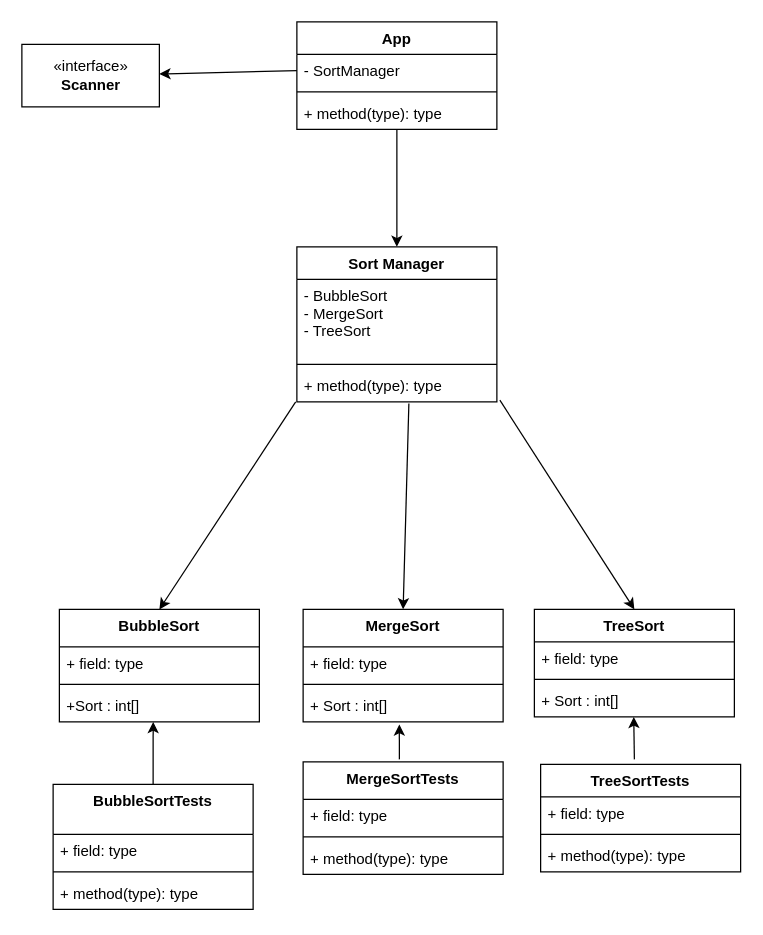
Earlier version of the draw.io diagram Sort_Manager_UML.drawio (TSpartons/Sort-Manager). Source tidied: cells renumbered, new cells numbered last; positions are measured from the earlier drawing's top-left corner, leaving out a move shared by most shapes. Both pictures are drawn from the tidied source at 125%, with x=0, y=0 at pixel (21, 21).
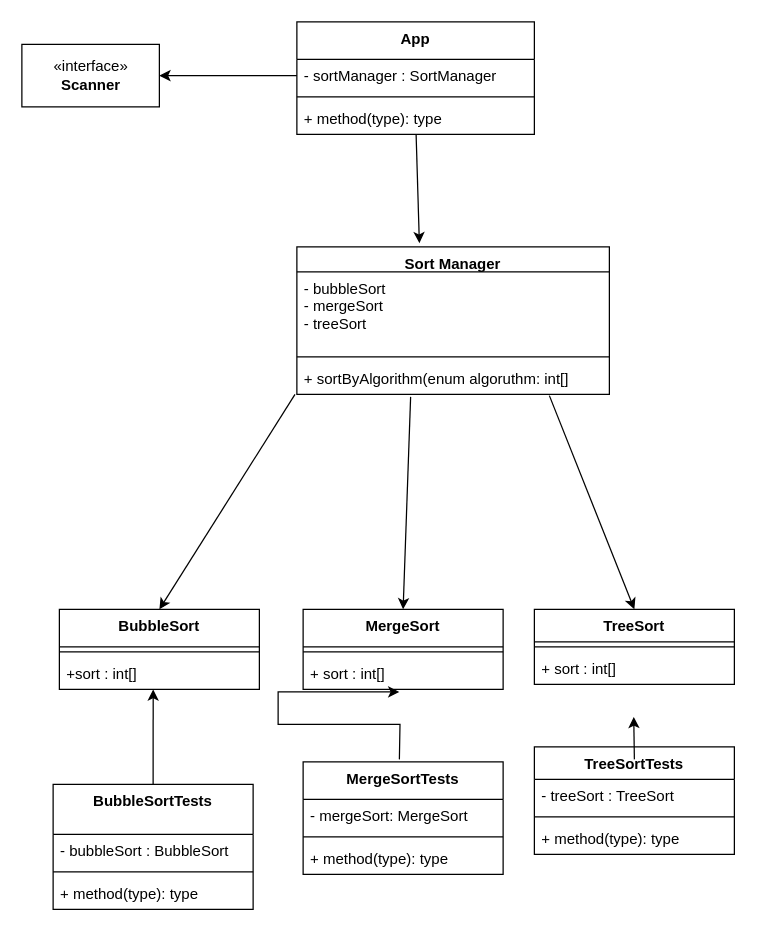
Above is the later version.

Unchanged cells that the change refers to:
```xml
<mxCell id="20" value="BubbleSortTests" style="swimlane;fontStyle=1;align=center;verticalAlign=top;horizontal=1;startSize=40;" parent="1" vertex="1">
  <mxGeometry x="25" y="610" width="160" height="100" as="geometry" />
</mxCell>
<mxCell id="24" value="MergeSortTests" style="swimlane;fontStyle=1;align=center;verticalAlign=top;horizontal=1;startSize=30;" parent="1" vertex="1">
  <mxGeometry x="225" y="592" width="160" height="90" as="geometry" />
</mxCell>
```

Diff of the diagram source:
```diff
@@
-    <mxCell id="3" style="endArrow=classic;html=1;rounded=0;entryX=0.5;entryY=0;entryDx=0;entryDy=0;exitX=1.015;exitY=0.949;exitDx=0;exitDy=0;exitPerimeter=0;" parent="1" edge="1" source="37" target="15">
+    <mxCell id="3" style="endArrow=classic;html=1;rounded=0;entryX=0.5;entryY=0;entryDx=0;entryDy=0;exitX=0.808;exitY=1.038;exitDx=0;exitDy=0;exitPerimeter=0;" parent="1" edge="1" source="37" target="15">
       <mxGeometry relative="1" as="geometry" />
     </mxCell>
-    <mxCell id="4" style="endArrow=classic;html=1;rounded=0;exitX=0.56;exitY=1.051;exitDx=0;exitDy=0;exitPerimeter=0;entryX=0.5;entryY=0;entryDx=0;entryDy=0;" parent="1" edge="1" source="37" target="11">
+    <mxCell id="4" style="endArrow=classic;html=1;rounded=0;exitX=0.364;exitY=1.077;exitDx=0;exitDy=0;exitPerimeter=0;entryX=0.5;entryY=0;entryDx=0;entryDy=0;" parent="1" edge="1" source="37" target="11">
       <mxGeometry relative="1" as="geometry" />
     </mxCell>
@@
     <mxCell id="7" value="BubbleSort" style="swimlane;fontStyle=1;align=center;verticalAlign=top;horizontal=1;startSize=30;" parent="1" vertex="1">
-      <mxGeometry x="30" y="470" width="160" height="90" as="geometry" />
+      <mxGeometry x="30" y="470" width="160" height="64" as="geometry" />
     </mxCell>
-    <mxCell id="8" value="+ field: type" style="text;strokeColor=none;fillColor=none;align=left;verticalAlign=top;spacingLeft=4;spacingRight=4;overflow=hidden;" parent="7" vertex="1">
-      <mxGeometry y="30" width="160" height="26" as="geometry" />
-    </mxCell>
     <mxCell id="9" style="line;strokeWidth=1;fillColor=none;align=left;verticalAlign=middle;spacingTop=-1;spacingLeft=3;spacingRight=3;labelPosition=right;" parent="7" vertex="1">
-      <mxGeometry y="56" width="160" height="8" as="geometry" />
+      <mxGeometry y="30" width="160" height="8" as="geometry" />
     </mxCell>
-    <mxCell id="10" value="+Sort : int[]" style="text;strokeColor=none;fillColor=none;align=left;verticalAlign=top;spacingLeft=4;spacingRight=4;overflow=hidden;points=[[0,0.5],[1,0.5]];portConstraint=eastwest;" parent="7" vertex="1">
-      <mxGeometry y="64" width="160" height="26" as="geometry" />
+    <mxCell id="10" value="+sort : int[]" style="text;strokeColor=none;fillColor=none;align=left;verticalAlign=top;spacingLeft=4;spacingRight=4;overflow=hidden;points=[[0,0.5],[1,0.5]];portConstraint=eastwest;" parent="7" vertex="1">
+      <mxGeometry y="38" width="160" height="26" as="geometry" />
     </mxCell>
     <mxCell id="11" value="MergeSort" style="swimlane;fontStyle=1;align=center;verticalAlign=top;horizontal=1;startSize=30;" parent="1" vertex="1">
-      <mxGeometry x="225" y="470" width="160" height="90" as="geometry" />
+      <mxGeometry x="225" y="470" width="160" height="64" as="geometry" />
     </mxCell>
-    <mxCell id="12" value="+ field: type" style="text;strokeColor=none;fillColor=none;align=left;verticalAlign=top;spacingLeft=4;spacingRight=4;overflow=hidden;" parent="11" vertex="1">
-      <mxGeometry y="30" width="160" height="26" as="geometry" />
-    </mxCell>
     <mxCell id="13" style="line;strokeWidth=1;fillColor=none;align=left;verticalAlign=middle;spacingTop=-1;spacingLeft=3;spacingRight=3;labelPosition=right;" parent="11" vertex="1">
-      <mxGeometry y="56" width="160" height="8" as="geometry" />
+      <mxGeometry y="30" width="160" height="8" as="geometry" />
     </mxCell>
-    <mxCell id="14" value="+ Sort : int[]" style="text;strokeColor=none;fillColor=none;align=left;verticalAlign=top;spacingLeft=4;spacingRight=4;overflow=hidden;points=[[0,0.5],[1,0.5]];portConstraint=eastwest;" parent="11" vertex="1">
-      <mxGeometry y="64" width="160" height="26" as="geometry" />
+    <mxCell id="14" value="+ sort : int[]" style="text;strokeColor=none;fillColor=none;align=left;verticalAlign=top;spacingLeft=4;spacingRight=4;overflow=hidden;points=[[0,0.5],[1,0.5]];portConstraint=eastwest;" parent="11" vertex="1">
+      <mxGeometry y="38" width="160" height="26" as="geometry" />
     </mxCell>
     <mxCell id="15" value="TreeSort" style="swimlane;fontStyle=1;align=center;verticalAlign=top;horizontal=1;startSize=26;" parent="1" vertex="1">
-      <mxGeometry x="410" y="470" width="160" height="86" as="geometry" />
+      <mxGeometry x="410" y="470" width="160" height="60" as="geometry" />
     </mxCell>
-    <mxCell id="16" value="+ field: type" style="text;strokeColor=none;fillColor=none;align=left;verticalAlign=top;spacingLeft=4;spacingRight=4;overflow=hidden;" parent="15" vertex="1">
-      <mxGeometry y="26" width="160" height="26" as="geometry" />
-    </mxCell>
     <mxCell id="17" style="line;strokeWidth=1;fillColor=none;align=left;verticalAlign=middle;spacingTop=-1;spacingLeft=3;spacingRight=3;labelPosition=right;" parent="15" vertex="1">
-      <mxGeometry y="52" width="160" height="8" as="geometry" />
+      <mxGeometry y="26" width="160" height="8" as="geometry" />
     </mxCell>
-    <mxCell id="18" value="+ Sort : int[]" style="text;strokeColor=none;fillColor=none;align=left;verticalAlign=top;spacingLeft=4;spacingRight=4;overflow=hidden;" parent="15" vertex="1">
-      <mxGeometry y="60" width="160" height="26" as="geometry" />
+    <mxCell id="18" value="+ sort : int[]" style="text;strokeColor=none;fillColor=none;align=left;verticalAlign=top;spacingLeft=4;spacingRight=4;overflow=hidden;" parent="15" vertex="1">
+      <mxGeometry y="34" width="160" height="26" as="geometry" />
     </mxCell>
@@
-    <mxCell id="21" value="+ field: type" style="text;strokeColor=none;fillColor=none;align=left;verticalAlign=top;spacingLeft=4;spacingRight=4;overflow=hidden;" parent="20" vertex="1">
+    <mxCell id="21" value="- bubbleSort : BubbleSort" style="text;strokeColor=none;fillColor=none;align=left;verticalAlign=top;spacingLeft=4;spacingRight=4;overflow=hidden;" parent="20" vertex="1">
       <mxGeometry y="40" width="160" height="26" as="geometry" />
     </mxCell>
@@
-    <mxCell id="25" value="+ field: type" style="text;strokeColor=none;fillColor=none;align=left;verticalAlign=top;spacingLeft=4;spacingRight=4;overflow=hidden;" parent="24" vertex="1">
+    <mxCell id="25" value="- mergeSort: MergeSort" style="text;strokeColor=none;fillColor=none;align=left;verticalAlign=top;spacingLeft=4;spacingRight=4;overflow=hidden;" parent="24" vertex="1">
       <mxGeometry y="30" width="160" height="26" as="geometry" />
     </mxCell>
@@
     <mxCell id="28" value="TreeSortTests" style="swimlane;fontStyle=1;align=center;verticalAlign=top;horizontal=1;startSize=26;" parent="1" vertex="1">
-      <mxGeometry x="415" y="594" width="160" height="86" as="geometry" />
+      <mxGeometry x="410" y="580" width="160" height="86" as="geometry" />
     </mxCell>
-    <mxCell id="29" value="+ field: type" style="text;strokeColor=none;fillColor=none;align=left;verticalAlign=top;spacingLeft=4;spacingRight=4;overflow=hidden;" parent="28" vertex="1">
+    <mxCell id="29" value="- treeSort : TreeSort" style="text;strokeColor=none;fillColor=none;align=left;verticalAlign=top;spacingLeft=4;spacingRight=4;overflow=hidden;" parent="28" vertex="1">
       <mxGeometry y="26" width="160" height="26" as="geometry" />
     </mxCell>
@@
-    <mxCell id="34" value="Sort Manager" style="swimlane;fontStyle=1;align=center;verticalAlign=top;horizontal=1;startSize=26;" parent="1" vertex="1">
-      <mxGeometry x="220" y="180" width="160" height="124" as="geometry" />
+    <mxCell id="34" value="Sort Manager" style="swimlane;fontStyle=1;align=center;verticalAlign=top;horizontal=1;startSize=20;" parent="1" vertex="1">
+      <mxGeometry x="220" y="180" width="250" height="118" as="geometry" />
     </mxCell>
-    <mxCell id="35" value="- BubbleSort&#10;- MergeSort&#10;- TreeSort" style="text;strokeColor=none;fillColor=none;align=left;verticalAlign=top;spacingLeft=4;spacingRight=4;overflow=hidden;" parent="34" vertex="1">
-      <mxGeometry y="26" width="160" height="64" as="geometry" />
+    <mxCell id="35" value="- bubbleSort&#10;- mergeSort&#10;- treeSort" style="text;strokeColor=none;fillColor=none;align=left;verticalAlign=top;spacingLeft=4;spacingRight=4;overflow=hidden;" parent="34" vertex="1">
+      <mxGeometry y="20" width="250" height="64" as="geometry" />
     </mxCell>
     <mxCell id="36" style="line;strokeWidth=1;fillColor=none;align=left;verticalAlign=middle;spacingTop=-1;spacingLeft=3;spacingRight=3;labelPosition=right;" parent="34" vertex="1">
-      <mxGeometry y="90" width="160" height="8" as="geometry" />
+      <mxGeometry y="84" width="250" height="8" as="geometry" />
     </mxCell>
-    <mxCell id="37" value="+ method(type): type" style="text;strokeColor=none;fillColor=none;align=left;verticalAlign=top;spacingLeft=4;spacingRight=4;overflow=hidden;points=[[0,0.5],[1,0.5]];portConstraint=eastwest;" parent="34" vertex="1">
-      <mxGeometry y="98" width="160" height="26" as="geometry" />
+    <mxCell id="37" value="+ sortByAlgorithm(enum algoruthm: int[]" style="text;strokeColor=none;fillColor=none;align=left;verticalAlign=top;spacingLeft=4;spacingRight=4;overflow=hidden;points=[[0,0.5],[1,0.5]];portConstraint=eastwest;" parent="34" vertex="1">
+      <mxGeometry y="92" width="250" height="26" as="geometry" />
     </mxCell>
-    <mxCell id="38" value="App" style="swimlane;fontStyle=1;align=center;verticalAlign=top;horizontal=1;startSize=26;" parent="1" vertex="1">
-      <mxGeometry x="220" width="160" height="86" as="geometry" />
+    <mxCell id="38" value="App" style="swimlane;fontStyle=1;align=center;verticalAlign=top;horizontal=1;startSize=30;" parent="1" vertex="1">
+      <mxGeometry x="220" width="190" height="90" as="geometry" />
     </mxCell>
-    <mxCell id="39" value="- SortManager" style="text;strokeColor=none;fillColor=none;align=left;verticalAlign=top;spacingLeft=4;spacingRight=4;overflow=hidden;points=[[0,0.5],[1,0.5]];portConstraint=eastwest;" parent="38" vertex="1">
-      <mxGeometry y="26" width="160" height="26" as="geometry" />
+    <mxCell id="39" value="- sortManager : SortManager" style="text;strokeColor=none;fillColor=none;align=left;verticalAlign=top;spacingLeft=4;spacingRight=4;overflow=hidden;points=[[0,0.5],[1,0.5]];portConstraint=eastwest;" parent="38" vertex="1">
+      <mxGeometry y="30" width="190" height="26" as="geometry" />
     </mxCell>
     <mxCell id="40" style="line;strokeWidth=1;fillColor=none;align=left;verticalAlign=middle;spacingTop=-1;spacingLeft=3;spacingRight=3;labelPosition=right;" parent="38" vertex="1">
-      <mxGeometry y="52" width="160" height="8" as="geometry" />
+      <mxGeometry y="56" width="190" height="8" as="geometry" />
     </mxCell>
     <mxCell id="41" value="+ method(type): type" style="text;strokeColor=none;fillColor=none;align=left;verticalAlign=top;spacingLeft=4;spacingRight=4;overflow=hidden;points=[[0,0.5],[1,0.5]];portConstraint=eastwest;" parent="38" vertex="1">
-      <mxGeometry y="60" width="160" height="26" as="geometry" />
+      <mxGeometry y="64" width="190" height="26" as="geometry" />
     </mxCell>
-    <mxCell id="42" style="endArrow=classic;html=1;rounded=0;entryX=0.5;entryY=0;entryDx=0;entryDy=0;" parent="1" edge="1" source="41" target="34">
+    <mxCell id="42" style="endArrow=classic;html=1;rounded=0;entryX=0.392;entryY=-0.025;entryDx=0;entryDy=0;entryPerimeter=0;" parent="1" edge="1" source="41" target="34">
       <mxGeometry relative="1" as="geometry" />
     </mxCell>
```
